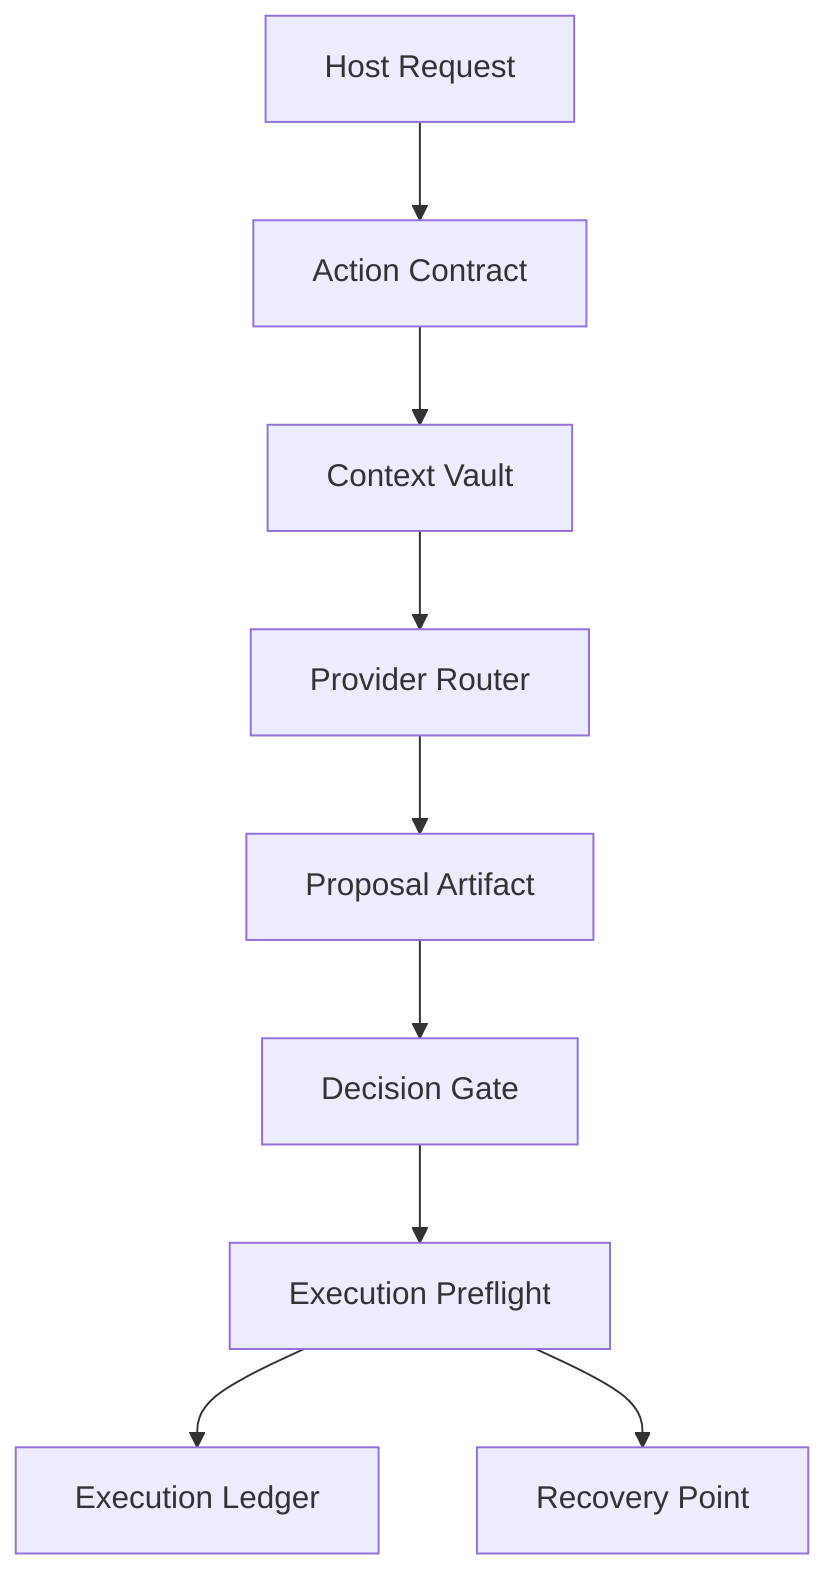
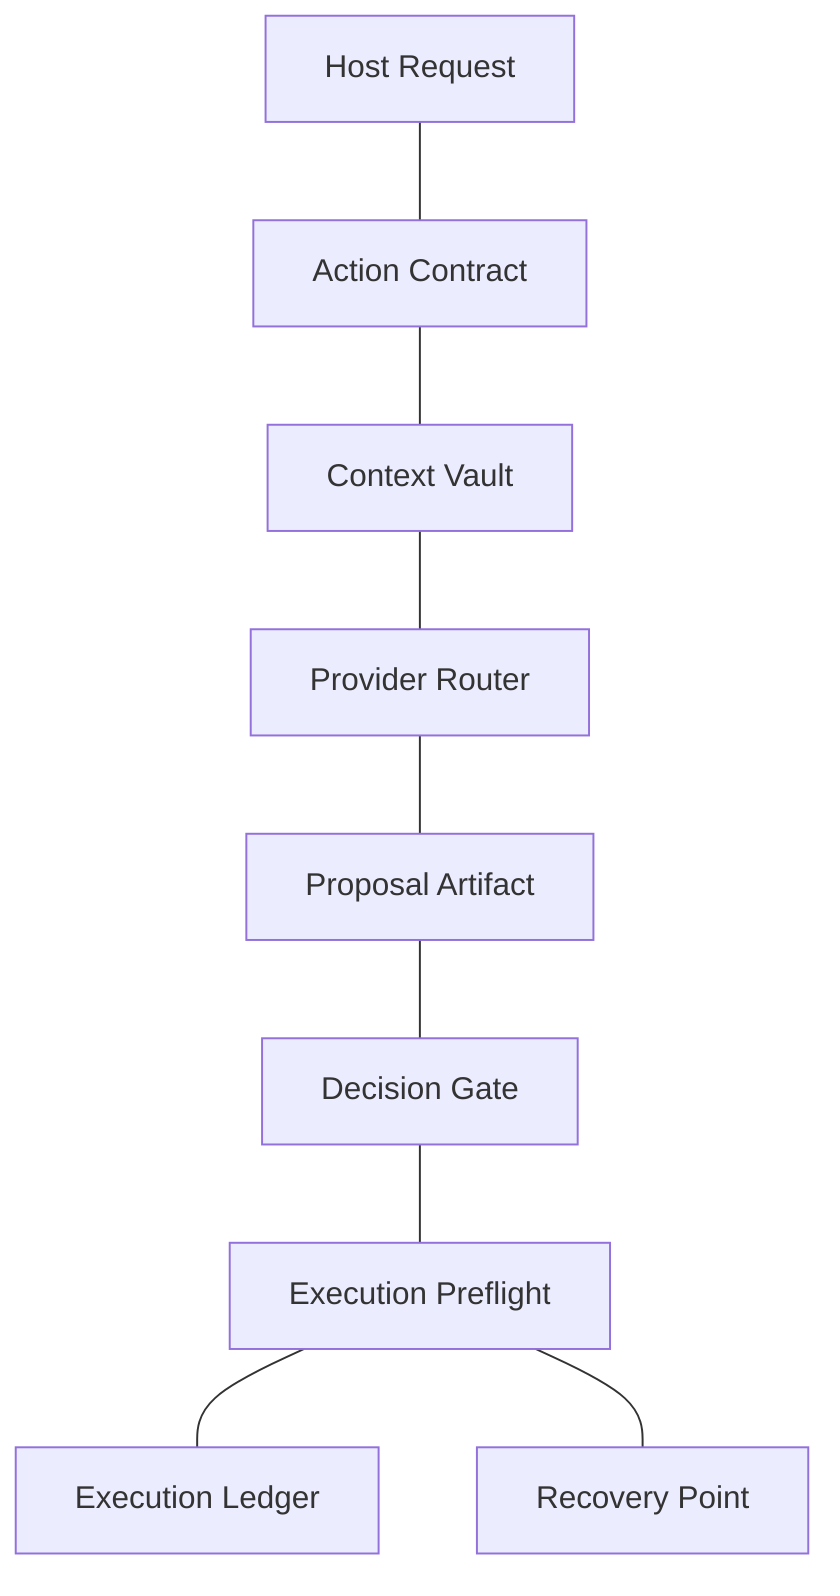
%% deterministic-agent-runtime-architecture
%% Copyright (c) 2026 Stefan Len
%% SPDX-License-Identifier: MIT

flowchart TD
-     Host["Host Request"] --> Runtime["Action Contract"]
-     Runtime --> Vault["Context Vault"]
-     Vault --> Router["Provider Router"]
-     Router --> Artifact["Proposal Artifact"]
-     Artifact --> Decision["Decision Gate"]
-     Decision --> Preflight["Execution Preflight"]
-     Preflight --> Ledger["Execution Ledger"]
-     Preflight --> Recovery["Recovery Point"]
+     Host["Host Request"] --- Runtime["Action Contract"]
+     Runtime --- Vault["Context Vault"]
+     Vault --- Router["Provider Router"]
+     Router --- Artifact["Proposal Artifact"]
+     Artifact --- Decision["Decision Gate"]
+     Decision --- Preflight["Execution Preflight"]
+     Preflight --- Ledger["Execution Ledger"]
+     Preflight --- Recovery["Recovery Point"]
